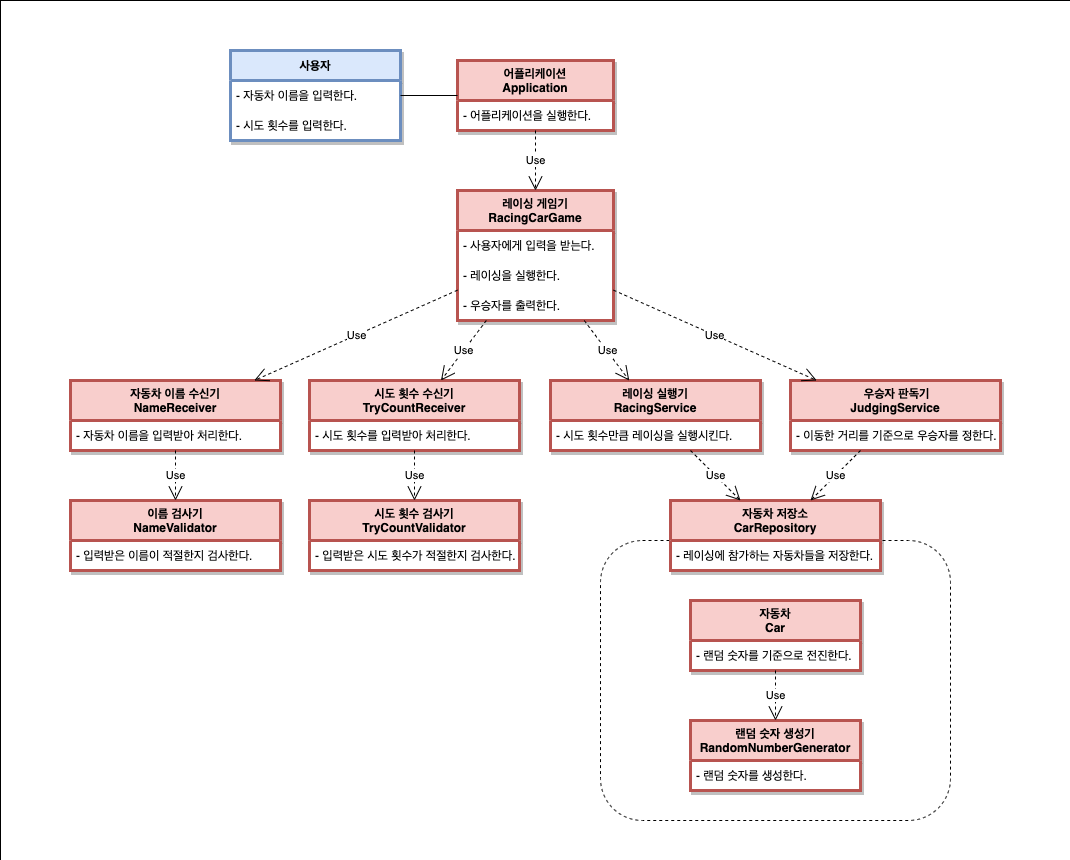
Earlier version of the draw.io export image/diagram.png (woowacourse/java-racingcar-precourse). Source tidied: cells renumbered, new cells last; positions are measured from the earlier drawing's top-left corner, leaving out a move shared by most shapes.
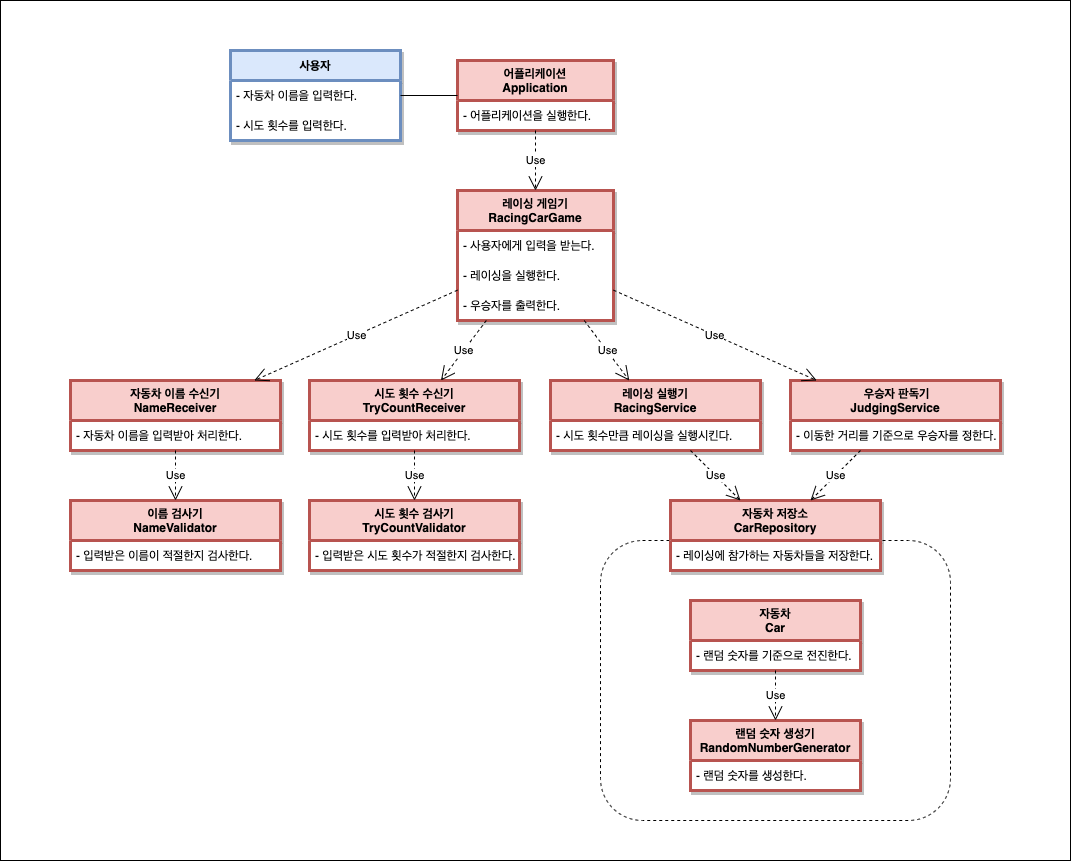
After the change.

Change to the diagram source:
```diff
@@ -2,7 +2,7 @@
   <root>
     <mxCell id="0" />
     <mxCell id="1" parent="0" />
-    <mxCell id="2" style="rounded=0;whiteSpace=wrap;html=1;shadow=0;glass=0;sketch=0;strokeWidth=0;" parent="1" vertex="1">
+    <mxCell id="2" style="rounded=0;whiteSpace=wrap;html=1;shadow=0;glass=0;sketch=0;strokeWidth=1;" parent="1" vertex="1">
       <mxGeometry width="1070" height="860" as="geometry" />
     </mxCell>
     <mxCell id="3" style="rounded=1;whiteSpace=wrap;html=1;shadow=0;glass=0;sketch=0;strokeWidth=1;dashed=1;" parent="1" vertex="1">
```
